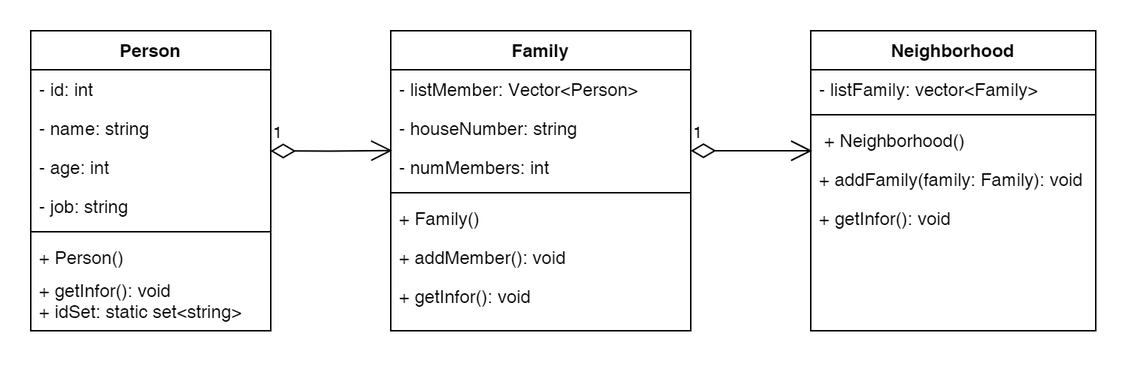
Above: 04_NeighborhoodSystem/docs/classDiagram.png in thanhetebkdn/object_orient_programming (draw.io), before the change. Source tidied: cells renumbered, new cells last; positions are measured from the earlier drawing's top-left corner, leaving out a move shared by most shapes.
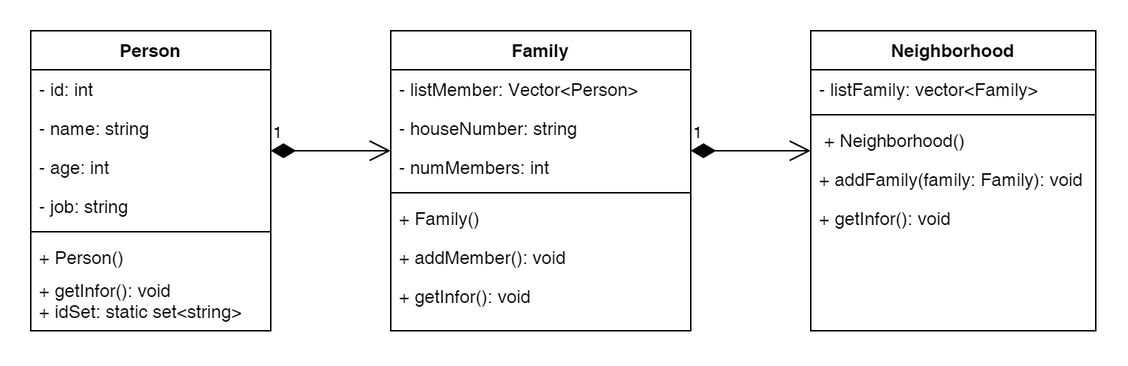
After the change.

The edit, as a diff of the source:
```diff
@@ -68,14 +68,17 @@
     <mxCell id="23" value="+ getInfor(): void" style="text;strokeColor=none;fillColor=none;align=left;verticalAlign=top;spacingLeft=4;spacingRight=4;overflow=hidden;whiteSpace=wrap;html=1;" parent="18" vertex="1">
       <mxGeometry y="112" width="190" height="88" as="geometry" />
     </mxCell>
-    <mxCell id="24" value="1" style="endArrow=open;html=1;endSize=12;startArrow=diamondThin;startSize=14;startFill=0;edgeStyle=orthogonalEdgeStyle;align=left;verticalAlign=bottom;rounded=0;entryX=0.005;entryY=0.07;entryDx=0;entryDy=0;entryPerimeter=0;exitX=0.999;exitY=0.083;exitDx=0;exitDy=0;exitPerimeter=0;" parent="1" edge="1" source="5" target="13">
-      <mxGeometry x="-1" y="3" relative="1" as="geometry" />
-    </mxCell>
-    <mxCell id="25" value="1" style="endArrow=open;html=1;endSize=12;startArrow=diamondThin;startSize=14;startFill=0;edgeStyle=orthogonalEdgeStyle;align=left;verticalAlign=bottom;rounded=0;entryX=0.005;entryY=0.07;entryDx=0;entryDy=0;entryPerimeter=0;exitX=0.999;exitY=0.083;exitDx=0;exitDy=0;exitPerimeter=0;" parent="1" edge="1">
-      <mxGeometry x="-1" y="3" relative="1" as="geometry">
-        <mxPoint x="440" y="80" as="sourcePoint" />
-        <mxPoint x="521" y="80" as="targetPoint" />
-      </mxGeometry>
-    </mxCell>
+    <mxCell id="26" value="1" style="endArrow=open;html=1;endSize=12;startArrow=diamondThin;startSize=14;startFill=1;edgeStyle=orthogonalEdgeStyle;align=left;verticalAlign=bottom;rounded=0;" parent="1" edge="1">
+      <mxGeometry x="-1" y="3" relative="1" as="geometry">
+        <mxPoint x="160" y="80" as="sourcePoint" />
+        <mxPoint x="240" y="80" as="targetPoint" />
+      </mxGeometry>
+    </mxCell>
+    <mxCell id="27" value="1" style="endArrow=open;html=1;endSize=12;startArrow=diamondThin;startSize=14;startFill=1;edgeStyle=orthogonalEdgeStyle;align=left;verticalAlign=bottom;rounded=0;" parent="1" edge="1">
+      <mxGeometry x="-1" y="3" relative="1" as="geometry">
+        <mxPoint x="440" y="80" as="sourcePoint" />
+        <mxPoint x="520" y="80" as="targetPoint" />
+      </mxGeometry>
+    </mxCell>
   </root>
 </mxGraphModel>
```
